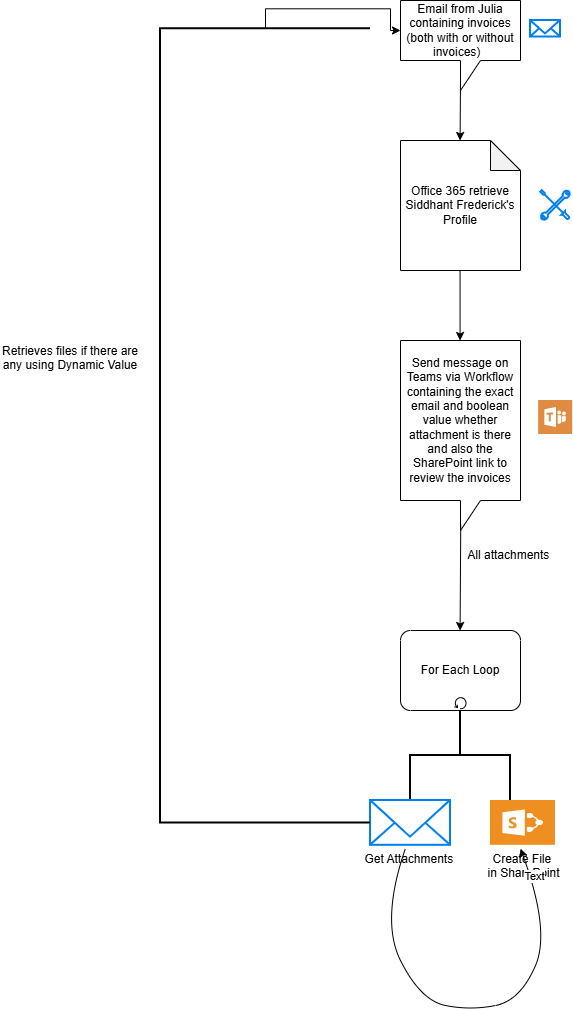
The draw.io diagram Personal Invoice Automation.drawio.png in sidfred008/IT-Projects, before a commit. Source tidied: cells renumbered, new cells last; positions are measured from the earlier drawing's top-left corner, leaving out a move shared by most shapes. The source it was exported from:
```xml
<mxGraphModel>
  <root>
    <mxCell id="0" />
    <mxCell id="1" parent="0" />
    <mxCell id="2" value="Email from Julia containing invoices (both with or without invoices)&amp;nbsp;&amp;nbsp;" style="shape=callout;whiteSpace=wrap;html=1;perimeter=calloutPerimeter;" parent="1" vertex="1">
      <mxGeometry x="400" width="120" height="90" as="geometry" />
    </mxCell>
    <mxCell id="3" style="endArrow=classic;html=1;rounded=0;exitX=0;exitY=0;exitDx=60.00000000000001;exitDy=80;exitPerimeter=0;" parent="1" edge="1" source="2">
      <mxGeometry relative="1" as="geometry">
        <mxPoint x="459.6" y="140" as="targetPoint" />
      </mxGeometry>
    </mxCell>
    <mxCell id="4" value="Office 365 retrieve Siddhant Frederick's Profile" style="shape=note;whiteSpace=wrap;html=1;backgroundOutline=1;darkOpacity=0.05;" parent="1" vertex="1">
      <mxGeometry x="400" y="140" width="120" height="130" as="geometry" />
    </mxCell>
    <mxCell id="5" style="endArrow=classic;html=1;rounded=0;" parent="1" edge="1">
      <mxGeometry relative="1" as="geometry">
        <mxPoint x="459.6" y="270" as="sourcePoint" />
        <mxPoint x="459.6" y="340" as="targetPoint" />
      </mxGeometry>
    </mxCell>
    <mxCell id="6" value="Send message on Teams via Workflow containing the exact email and boolean value whether attachment is there and also the SharePoint link to review the invoices" style="shape=callout;whiteSpace=wrap;html=1;perimeter=calloutPerimeter;" parent="1" vertex="1">
      <mxGeometry x="400" y="340" width="120" height="190" as="geometry" />
    </mxCell>
    <mxCell id="7" style="strokeWidth=2;html=1;shape=mxgraph.flowchart.annotation_2;align=left;labelPosition=right;direction=south;" parent="1" vertex="1">
      <mxGeometry x="410" y="710" width="100" height="90" as="geometry" />
    </mxCell>
    <mxCell id="8" value="For Each Loop" style="shape=mxgraph.bpmn.task2;whiteSpace=wrap;rectStyle=rounded;size=10;html=1;taskMarker=abstract;isLoopStandard=1;" parent="1" vertex="1">
      <mxGeometry x="400" y="630" width="120" height="80" as="geometry" />
    </mxCell>
    <mxCell id="9" style="endArrow=classic;html=1;rounded=0;entryX=0.25;entryY=1;entryDx=0;entryDy=0;entryPerimeter=0;exitX=0.502;exitY=0.97;exitDx=0;exitDy=0;exitPerimeter=0;" parent="1" edge="1" source="6">
      <mxGeometry relative="1" as="geometry">
        <mxPoint x="459.6" y="630" as="targetPoint" />
      </mxGeometry>
    </mxCell>
    <mxCell id="10" value="All attachments&amp;nbsp;" style="text;html=1;whiteSpace=wrap;strokeColor=none;fillColor=none;align=center;verticalAlign=middle;rounded=0;" parent="1" vertex="1">
      <mxGeometry x="450" y="540" width="120" height="30" as="geometry" />
    </mxCell>
    <mxCell id="11" style="html=1;verticalLabelPosition=bottom;align=center;labelBackgroundColor=#ffffff;verticalAlign=top;strokeWidth=2;strokeColor=#0080F0;shadow=0;dashed=0;shape=mxgraph.ios7.icons.mail;" parent="1" vertex="1">
      <mxGeometry x="530" y="20" width="30" height="16.5" as="geometry" />
    </mxCell>
    <mxCell id="12" style="html=1;verticalLabelPosition=bottom;align=center;labelBackgroundColor=#ffffff;verticalAlign=top;strokeWidth=2;strokeColor=#0080F0;shadow=0;dashed=0;shape=mxgraph.ios7.icons.tools;" parent="1" vertex="1">
      <mxGeometry x="540.3" y="190.2" width="29.7" height="29.7" as="geometry" />
    </mxCell>
    <mxCell id="13" style="sketch=0;shadow=0;dashed=0;html=1;strokeColor=none;fillColor=#DF8C42;labelPosition=center;verticalLabelPosition=bottom;verticalAlign=top;align=center;shape=mxgraph.veeam2.microsoft_teams;" parent="1" vertex="1">
      <mxGeometry x="538.2" y="400" width="34" height="34" as="geometry" />
    </mxCell>
    <mxCell id="14" value="Create File&amp;nbsp;&lt;br&gt;in SharePoint" style="shadow=0;dashed=0;html=1;strokeColor=none;fillColor=#EF8F21;labelPosition=center;verticalLabelPosition=bottom;verticalAlign=top;align=center;shape=mxgraph.veeam.ms_sharepoint;" parent="1" vertex="1">
      <mxGeometry x="490" y="800" width="65" height="44.8" as="geometry" />
    </mxCell>
    <mxCell id="15" value="Get Attachments&amp;nbsp;" style="html=1;verticalLabelPosition=bottom;align=center;labelBackgroundColor=#ffffff;verticalAlign=top;strokeWidth=2;strokeColor=#0080F0;shadow=0;dashed=0;shape=mxgraph.ios7.icons.mail;" parent="1" vertex="1">
      <mxGeometry x="370" y="800" width="80" height="44.8" as="geometry" />
    </mxCell>
    <mxCell id="16" style="curved=1;endArrow=classic;html=1;rounded=0;exitX=0.436;exitY=1.076;exitDx=0;exitDy=0;exitPerimeter=0;" parent="1" edge="1" source="15">
      <mxGeometry relative="1" as="geometry">
        <mxPoint x="520" y="848.2" as="targetPoint" />
        <Array as="points">
          <mxPoint x="380" y="920" />
          <mxPoint x="420" y="1000" />
          <mxPoint x="470" y="1010" />
          <mxPoint x="520" y="1000" />
          <mxPoint x="550" y="930" />
        </Array>
      </mxGeometry>
    </mxCell>
    <mxCell id="17" value="Text" style="edgeLabel;html=1;align=center;verticalAlign=middle;" parent="16" vertex="1">
      <mxGeometry x="0.86" y="-3" relative="1" as="geometry" />
    </mxCell>
    <mxCell id="18" style="strokeWidth=2;html=1;shape=mxgraph.flowchart.annotation_1;align=left;" parent="1" vertex="1">
      <mxGeometry x="160" y="28.2" width="210" height="794.1" as="geometry" />
    </mxCell>
    <mxCell id="19" style="edgeStyle=orthogonalEdgeStyle;rounded=0;jettySize=auto;html=1;exitX=0.5;exitY=0;exitDx=0;exitDy=0;exitPerimeter=0;entryX=0;entryY=0;entryDx=0;entryDy=30;entryPerimeter=0;" parent="1" edge="1" source="18" target="2">
      <mxGeometry relative="1" as="geometry" />
    </mxCell>
    <mxCell id="20" value="Retrieves files if there are any using Dynamic Value&lt;div&gt;&lt;div&gt;&lt;br&gt;&lt;/div&gt;&lt;/div&gt;" style="text;html=1;whiteSpace=wrap;strokeColor=none;fillColor=none;align=center;verticalAlign=middle;rounded=0;" parent="1" vertex="1">
      <mxGeometry y="330" width="140" height="70" as="geometry" />
    </mxCell>
  </root>
</mxGraphModel>
```
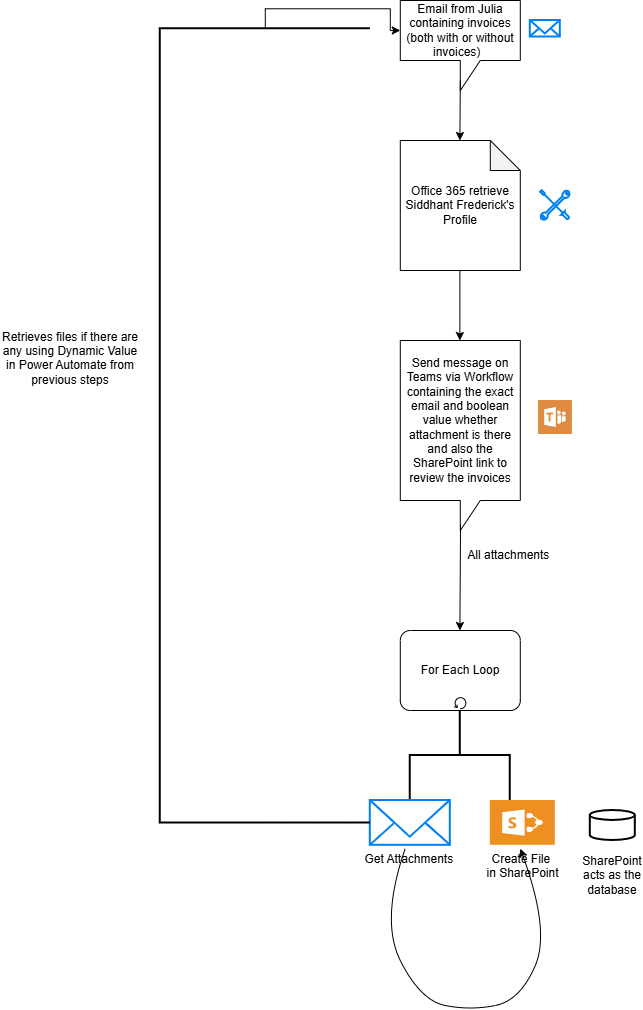
The same diagram one commit later.

The edit, as a diff of the source:
```diff
@@ -63,17 +63,20 @@
         </Array>
       </mxGeometry>
     </mxCell>
-    <mxCell id="17" value="Text" style="edgeLabel;html=1;align=center;verticalAlign=middle;" parent="16" vertex="1">
-      <mxGeometry x="0.86" y="-3" relative="1" as="geometry" />
-    </mxCell>
     <mxCell id="18" style="strokeWidth=2;html=1;shape=mxgraph.flowchart.annotation_1;align=left;" parent="1" vertex="1">
       <mxGeometry x="160" y="28.2" width="210" height="794.1" as="geometry" />
     </mxCell>
     <mxCell id="19" style="edgeStyle=orthogonalEdgeStyle;rounded=0;jettySize=auto;html=1;exitX=0.5;exitY=0;exitDx=0;exitDy=0;exitPerimeter=0;entryX=0;entryY=0;entryDx=0;entryDy=30;entryPerimeter=0;" parent="1" edge="1" source="18" target="2">
       <mxGeometry relative="1" as="geometry" />
     </mxCell>
-    <mxCell id="20" value="Retrieves files if there are any using Dynamic Value&lt;div&gt;&lt;div&gt;&lt;br&gt;&lt;/div&gt;&lt;/div&gt;" style="text;html=1;whiteSpace=wrap;strokeColor=none;fillColor=none;align=center;verticalAlign=middle;rounded=0;" parent="1" vertex="1">
+    <mxCell id="20" value="Retrieves files if there are any using Dynamic Value&lt;div&gt;in Power Automate from previous steps&lt;/div&gt;&lt;div&gt;&lt;br&gt;&lt;/div&gt;" style="text;html=1;whiteSpace=wrap;strokeColor=none;fillColor=none;align=center;verticalAlign=middle;rounded=0;" parent="1" vertex="1">
       <mxGeometry y="330" width="140" height="70" as="geometry" />
     </mxCell>
+    <mxCell id="21" style="strokeWidth=2;html=1;shape=mxgraph.flowchart.database;whiteSpace=wrap;" parent="1" vertex="1">
+      <mxGeometry x="590" y="810" width="45" height="30" as="geometry" />
+    </mxCell>
+    <mxCell id="22" value="SharePoint acts as the database" style="text;html=1;whiteSpace=wrap;strokeColor=none;fillColor=none;align=center;verticalAlign=middle;rounded=0;" parent="1" vertex="1">
+      <mxGeometry x="582.5" y="860" width="60" height="30" as="geometry" />
+    </mxCell>
   </root>
 </mxGraphModel>
```
